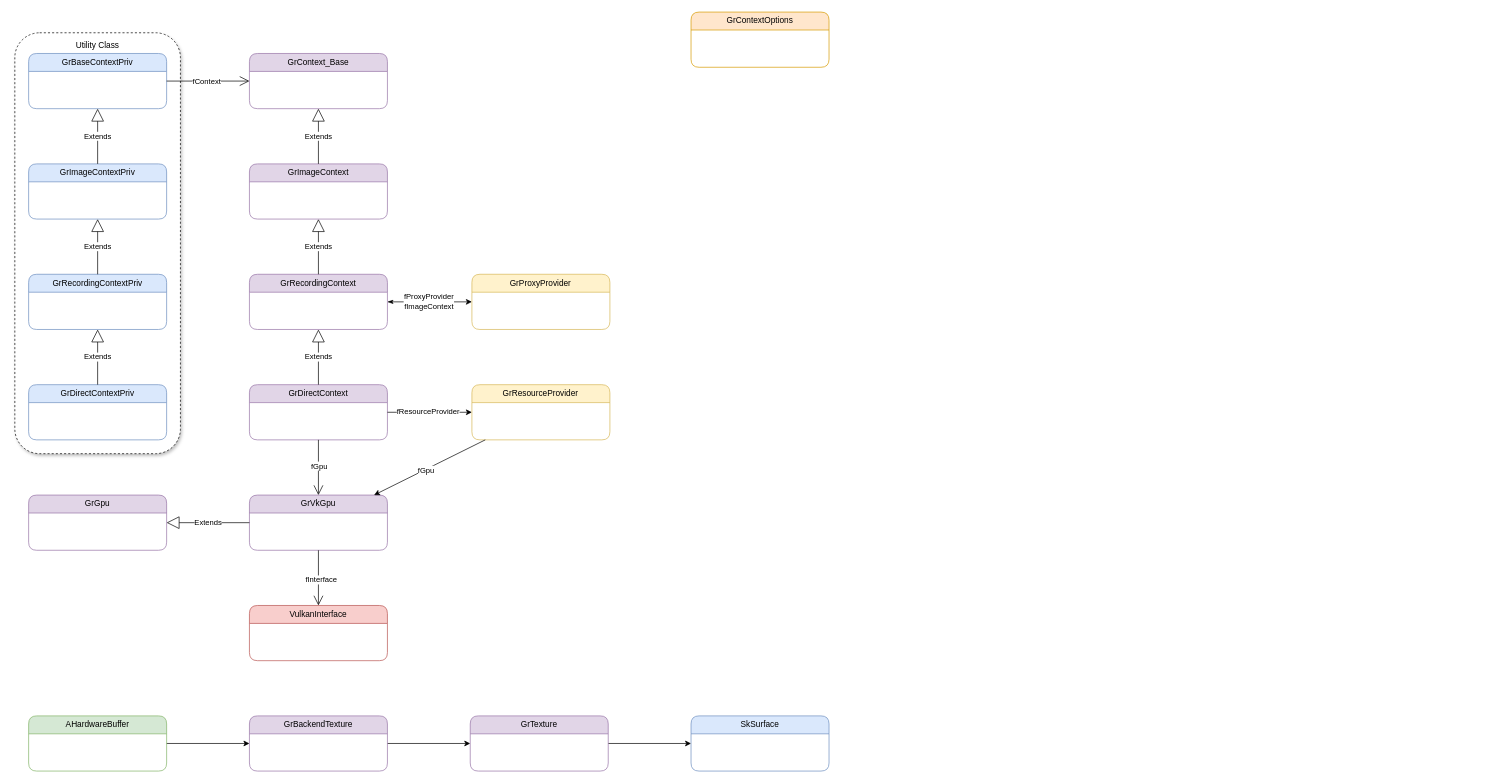
Before: page "Skia_Ganesh" (10 of 11) of Android Graphics.drawio in Kaling1203/Diagram, a draw.io diagram. Source tidied: cells renumbered, new cells numbered last; positions are measured from the earlier drawing's top-left corner, leaving out a move shared by most shapes. Both pictures are drawn from the tidied source at 69%, with x=0, y=0 at pixel (14, 12).
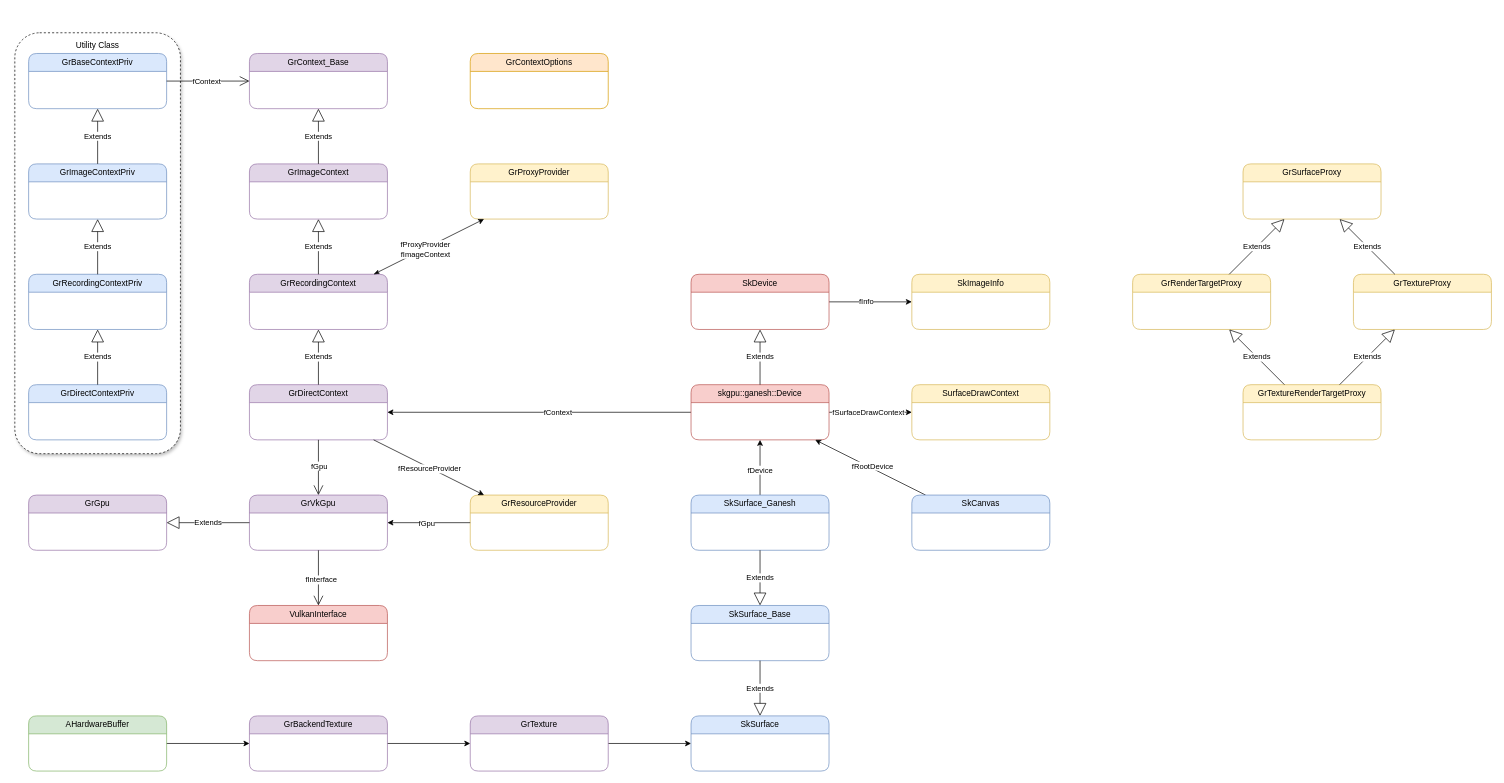
The same diagram, later.

Unchanged cells that the change refers to:
```xml
<mxCell id="6" value="GrDirectContext" style="swimlane;fontStyle=0;horizontal=1;startSize=26;fillColor=#e1d5e7;whiteSpace=wrap;html=1;rounded=1;strokeColor=#9673a6;" parent="1" vertex="1">
  <mxGeometry x="340" y="540" width="200" height="80" as="geometry" />
</mxCell>
<mxCell id="28" value="SkSurface" style="swimlane;fontStyle=0;horizontal=1;startSize=26;fillColor=#dae8fc;whiteSpace=wrap;html=1;rounded=1;strokeColor=#6c8ebf;" parent="1" vertex="1">
  <mxGeometry x="980" y="1020" width="200" height="80" as="geometry" />
</mxCell>
```

Diff of the diagram source:
```diff
@@
     <mxCell id="17" value="GrContextOptions" style="swimlane;fontStyle=0;horizontal=1;startSize=26;fillColor=#ffe6cc;whiteSpace=wrap;html=1;rounded=1;strokeColor=#d79b00;" parent="1" vertex="1">
-      <mxGeometry x="980" width="200" height="80" as="geometry" />
+      <mxGeometry x="660" y="60" width="200" height="80" as="geometry" />
     </mxCell>
@@
     <mxCell id="31" value="GrProxyProvider" style="swimlane;fontStyle=0;horizontal=1;startSize=26;fillColor=#fff2cc;whiteSpace=wrap;html=1;rounded=1;strokeColor=#d6b656;" parent="1" vertex="1">
-      <mxGeometry x="662.4" y="380" width="200" height="80" as="geometry" />
+      <mxGeometry x="660" y="220" width="200" height="80" as="geometry" />
     </mxCell>
@@
     <mxCell id="34" value="GrResourceProvider" style="swimlane;fontStyle=0;horizontal=1;startSize=26;fillColor=#fff2cc;whiteSpace=wrap;html=1;rounded=1;strokeColor=#d6b656;" parent="1" vertex="1">
-      <mxGeometry x="662.4" y="540" width="200" height="80" as="geometry" />
+      <mxGeometry x="660" y="700" width="200" height="80" as="geometry" />
     </mxCell>
@@
+    <mxCell id="43" value="GrTextureRenderTargetProxy" style="swimlane;fontStyle=0;horizontal=1;startSize=26;fillColor=#fff2cc;whiteSpace=wrap;html=1;rounded=1;strokeColor=#d6b656;" parent="1" vertex="1">
+      <mxGeometry x="1780" y="540" width="200" height="80" as="geometry" />
+    </mxCell>
+    <mxCell id="44" value="GrRenderTargetProxy" style="swimlane;fontStyle=0;horizontal=1;startSize=26;fillColor=#fff2cc;whiteSpace=wrap;html=1;rounded=1;strokeColor=#d6b656;" parent="1" vertex="1">
+      <mxGeometry x="1620" y="380" width="200" height="80" as="geometry" />
+    </mxCell>
+    <mxCell id="45" value="GrTextureProxy" style="swimlane;fontStyle=0;horizontal=1;startSize=26;fillColor=#fff2cc;whiteSpace=wrap;html=1;rounded=1;strokeColor=#d6b656;" parent="1" vertex="1">
+      <mxGeometry x="1940" y="380" width="200" height="80" as="geometry" />
+    </mxCell>
+    <mxCell id="46" value="GrSurfaceProxy" style="swimlane;fontStyle=0;horizontal=1;startSize=26;fillColor=#fff2cc;whiteSpace=wrap;html=1;rounded=1;strokeColor=#d6b656;" parent="1" vertex="1">
+      <mxGeometry x="1780" y="220" width="200" height="80" as="geometry" />
+    </mxCell>
+    <mxCell id="47" value="Extends" style="endArrow=block;endSize=16;endFill=0;html=1;rounded=0;" parent="1" edge="1" source="44" target="46">
+      <mxGeometry relative="1" as="geometry" />
+    </mxCell>
+    <mxCell id="48" value="Extends" style="endArrow=block;endSize=16;endFill=0;html=1;rounded=0;" parent="1" edge="1" source="45" target="46">
+      <mxGeometry relative="1" as="geometry" />
+    </mxCell>
+    <mxCell id="49" value="Extends" style="endArrow=block;endSize=16;endFill=0;html=1;rounded=0;" parent="1" edge="1" source="43" target="44">
+      <mxGeometry relative="1" as="geometry" />
+    </mxCell>
+    <mxCell id="50" value="Extends" style="endArrow=block;endSize=16;endFill=0;html=1;rounded=0;" parent="1" edge="1" source="43" target="45">
+      <mxGeometry relative="1" as="geometry" />
+    </mxCell>
+    <mxCell id="51" style="edgeStyle=orthogonalEdgeStyle;rounded=0;jettySize=auto;html=1;" parent="1" edge="1" source="55" target="61">
+      <mxGeometry relative="1" as="geometry" />
+    </mxCell>
+    <mxCell id="52" value="fSurfaceDrawContext" style="edgeLabel;html=1;align=center;verticalAlign=middle;" parent="51" vertex="1">
+      <mxGeometry x="-0.17" y="-2" relative="1" as="geometry">
+        <mxPoint x="6" y="-3" as="offset" />
+      </mxGeometry>
+    </mxCell>
+    <mxCell id="53" style="edgeStyle=orthogonalEdgeStyle;rounded=0;jettySize=auto;html=1;" parent="1" edge="1" source="55" target="6">
+      <mxGeometry relative="1" as="geometry" />
+    </mxCell>
+    <mxCell id="54" value="fContext" style="edgeLabel;html=1;align=center;verticalAlign=middle;" parent="53" vertex="1">
+      <mxGeometry x="-0.12" y="-1" relative="1" as="geometry" />
+    </mxCell>
+    <mxCell id="55" value="skgpu::ganesh::Device" style="swimlane;fontStyle=0;horizontal=1;startSize=26;fillColor=#f8cecc;whiteSpace=wrap;html=1;rounded=1;strokeColor=#b85450;" parent="1" vertex="1">
+      <mxGeometry x="980" y="540" width="200" height="80" as="geometry" />
+    </mxCell>
+    <mxCell id="56" value="SkImageInfo" style="swimlane;fontStyle=0;horizontal=1;startSize=26;fillColor=#fff2cc;whiteSpace=wrap;html=1;rounded=1;strokeColor=#d6b656;" parent="1" vertex="1">
+      <mxGeometry x="1300" y="380" width="200" height="80" as="geometry" />
+    </mxCell>
+    <mxCell id="57" style="edgeStyle=orthogonalEdgeStyle;rounded=0;jettySize=auto;html=1;" parent="1" edge="1" source="59" target="56">
+      <mxGeometry relative="1" as="geometry" />
+    </mxCell>
+    <mxCell id="58" value="fInfo" style="edgeLabel;html=1;align=center;verticalAlign=middle;" parent="57" vertex="1">
+      <mxGeometry x="-0.12" y="1" relative="1" as="geometry" />
+    </mxCell>
+    <mxCell id="59" value="SkDevice" style="swimlane;fontStyle=0;horizontal=1;startSize=26;fillColor=#f8cecc;whiteSpace=wrap;html=1;rounded=1;strokeColor=#b85450;" parent="1" vertex="1">
+      <mxGeometry x="980" y="380" width="200" height="80" as="geometry" />
+    </mxCell>
+    <mxCell id="60" value="Extends" style="endArrow=block;endSize=16;endFill=0;html=1;rounded=0;" parent="1" edge="1" source="55" target="59">
+      <mxGeometry relative="1" as="geometry" />
+    </mxCell>
+    <mxCell id="61" value="SurfaceDrawContext" style="swimlane;fontStyle=0;horizontal=1;startSize=26;fillColor=#fff2cc;whiteSpace=wrap;html=1;rounded=1;strokeColor=#d6b656;" parent="1" vertex="1">
+      <mxGeometry x="1300" y="540" width="200" height="80" as="geometry" />
+    </mxCell>
+    <mxCell id="62" value="SkSurface_Base" style="swimlane;fontStyle=0;horizontal=1;startSize=26;fillColor=#dae8fc;whiteSpace=wrap;html=1;rounded=1;strokeColor=#6c8ebf;" parent="1" vertex="1">
+      <mxGeometry x="980" y="860" width="200" height="80" as="geometry" />
+    </mxCell>
+    <mxCell id="63" style="edgeStyle=orthogonalEdgeStyle;rounded=0;jettySize=auto;html=1;" parent="1" edge="1" source="65" target="55">
+      <mxGeometry relative="1" as="geometry" />
+    </mxCell>
+    <mxCell id="64" value="fDevice" style="edgeLabel;html=1;align=center;verticalAlign=middle;" parent="63" vertex="1">
+      <mxGeometry x="-0.08" y="1" relative="1" as="geometry" />
+    </mxCell>
+    <mxCell id="65" value="SkSurface_Ganesh" style="swimlane;fontStyle=0;horizontal=1;startSize=26;fillColor=#dae8fc;whiteSpace=wrap;html=1;rounded=1;strokeColor=#6c8ebf;" parent="1" vertex="1">
+      <mxGeometry x="980" y="700" width="200" height="80" as="geometry" />
+    </mxCell>
+    <mxCell id="66" value="Extends" style="endArrow=block;endSize=16;endFill=0;html=1;rounded=0;" parent="1" edge="1" source="62" target="28">
+      <mxGeometry relative="1" as="geometry" />
+    </mxCell>
+    <mxCell id="67" value="Extends" style="endArrow=block;endSize=16;endFill=0;html=1;rounded=0;" parent="1" edge="1" source="65" target="62">
+      <mxGeometry relative="1" as="geometry" />
+    </mxCell>
+    <mxCell id="68" style="rounded=0;jettySize=auto;html=1;" parent="1" edge="1" source="70" target="55">
+      <mxGeometry relative="1" as="geometry" />
+    </mxCell>
+    <mxCell id="69" value="fRootDevice" style="edgeLabel;html=1;align=center;verticalAlign=middle;" parent="68" vertex="1">
+      <mxGeometry x="-0.03" y="-4" relative="1" as="geometry">
+        <mxPoint x="-1" as="offset" />
+      </mxGeometry>
+    </mxCell>
+    <mxCell id="70" value="SkCanvas" style="swimlane;fontStyle=0;horizontal=1;startSize=26;fillColor=#dae8fc;whiteSpace=wrap;html=1;rounded=1;strokeColor=#6c8ebf;" parent="1" vertex="1">
+      <mxGeometry x="1300" y="700" width="200" height="80" as="geometry" />
+    </mxCell>
```
